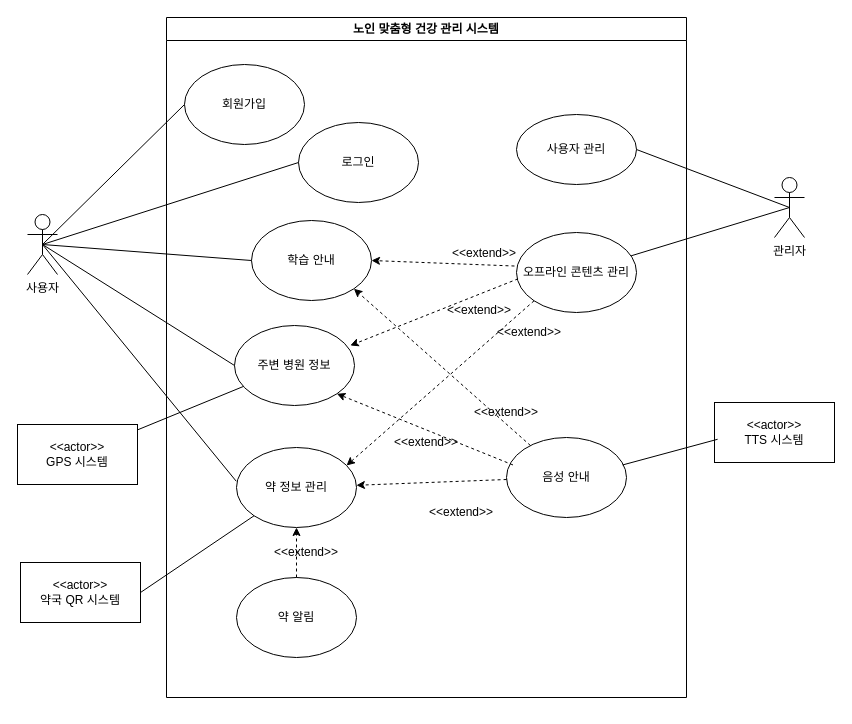
The draw.io diagram Untitled Diagram.drawio in wnthsk/sejujun, before the edit. Source tidied: cells renumbered, new cells numbered last; positions are measured from the earlier drawing's top-left corner, leaving out a move shared by most shapes. Both pictures are drawn from the tidied source at 100%, with x=0, y=0 at pixel (17, 17).
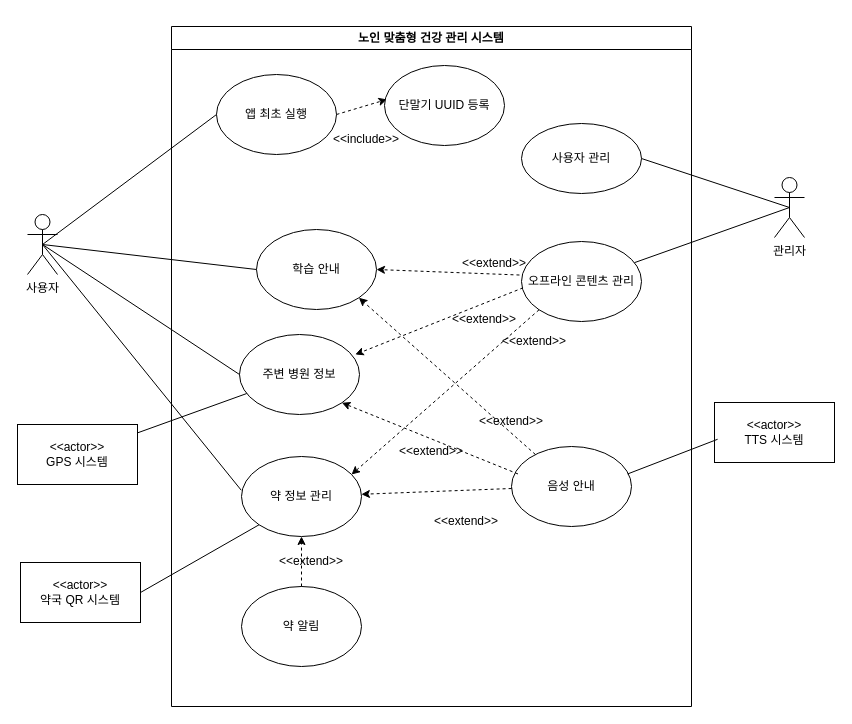
The same page after the edit.

Unchanged cells that the change refers to:
```xml
<mxCell id="28" value="사용자" style="shape=umlActor;verticalLabelPosition=bottom;verticalAlign=top;html=1;outlineConnect=0;" parent="1" vertex="1">
  <mxGeometry x="10" y="197" width="30" height="60" as="geometry" />
</mxCell>
```

Diff of the diagram source:
```diff
@@
     <mxCell id="2" value="노인 맞춤형 건강 관리 시스템" style="swimlane;whiteSpace=wrap;html=1;" parent="1" vertex="1">
-      <mxGeometry x="149" width="520" height="680" as="geometry" />
+      <mxGeometry x="154" y="9" width="520" height="680" as="geometry" />
     </mxCell>
-    <mxCell id="3" value="회원가입" style="ellipse;whiteSpace=wrap;html=1;" parent="2" vertex="1">
-      <mxGeometry x="18" y="47" width="120" height="80" as="geometry" />
-    </mxCell>
@@
-    <mxCell id="7" value="로그인" style="ellipse;whiteSpace=wrap;html=1;" parent="2" vertex="1">
-      <mxGeometry x="132" y="105" width="120" height="80" as="geometry" />
-    </mxCell>
@@
-    <mxCell id="25" value="&amp;lt;&amp;lt;extend&amp;gt;&amp;gt;" style="text;html=1;align=center;verticalAlign=middle;whiteSpace=wrap;rounded=0;" parent="2" vertex="1">
-      <mxGeometry x="288" y="221" width="60" height="30" as="geometry" />
+    <mxCell id="25" value="&amp;lt;&amp;lt;include&amp;gt;&amp;gt;" style="text;html=1;align=center;verticalAlign=middle;whiteSpace=wrap;rounded=0;" parent="2" vertex="1">
+      <mxGeometry x="165" y="98" width="60" height="30" as="geometry" />
     </mxCell>
+    <mxCell id="41" value="앱 최초 실행" style="ellipse;whiteSpace=wrap;html=1;" parent="2" vertex="1">
+      <mxGeometry x="45" y="48" width="120" height="80" as="geometry" />
+    </mxCell>
+    <mxCell id="42" style="endArrow=classic;html=1;rounded=0;strokeColor=default;curved=0;dashed=1;exitX=1;exitY=0.5;exitDx=0;exitDy=0;entryX=0.021;entryY=0.424;entryDx=0;entryDy=0;entryPerimeter=0;" parent="2" edge="1" source="41" target="43">
+      <mxGeometry relative="1" as="geometry" />
+    </mxCell>
+    <mxCell id="43" value="단말기 UUID 등록" style="ellipse;whiteSpace=wrap;html=1;" parent="2" vertex="1">
+      <mxGeometry x="213" y="39" width="120" height="80" as="geometry" />
+    </mxCell>
@@
-    <mxCell id="29" style="endArrow=none;html=1;rounded=0;entryX=0;entryY=0.5;entryDx=0;entryDy=0;exitX=0.5;exitY=0.5;exitDx=0;exitDy=0;exitPerimeter=0;" parent="1" edge="1" source="28" target="3">
+    <mxCell id="29" style="endArrow=none;html=1;rounded=0;exitX=0.5;exitY=0.5;exitDx=0;exitDy=0;exitPerimeter=0;entryX=0;entryY=0.5;entryDx=0;entryDy=0;" parent="1" edge="1" source="28" target="41">
       <mxGeometry relative="1" as="geometry" />
     </mxCell>
@@
-    <mxCell id="40" style="endArrow=none;html=1;rounded=0;entryX=0;entryY=0.5;entryDx=0;entryDy=0;exitX=0.5;exitY=0.5;exitDx=0;exitDy=0;exitPerimeter=0;" parent="1" edge="1" source="28" target="7">
-      <mxGeometry relative="1" as="geometry" />
-    </mxCell>
+    <mxCell id="44" value="&amp;lt;&amp;lt;extend&amp;gt;&amp;gt;" style="text;html=1;align=center;verticalAlign=middle;whiteSpace=wrap;rounded=0;" parent="1" vertex="1">
+      <mxGeometry x="447" y="231" width="60" height="30" as="geometry" />
+    </mxCell>
```
